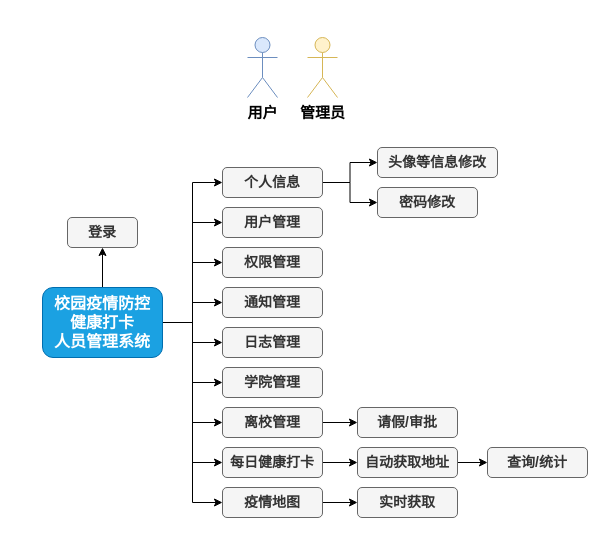
Before: 旅游路线规划基础班.drawio in redcomet88/DRAW, a draw.io diagram. Source tidied: cells renumbered, new cells numbered last; positions are measured from the earlier drawing's top-left corner, leaving out a move shared by most shapes. Both pictures are drawn from the tidied source at 100%, with x=0, y=0 at pixel (42, 37).
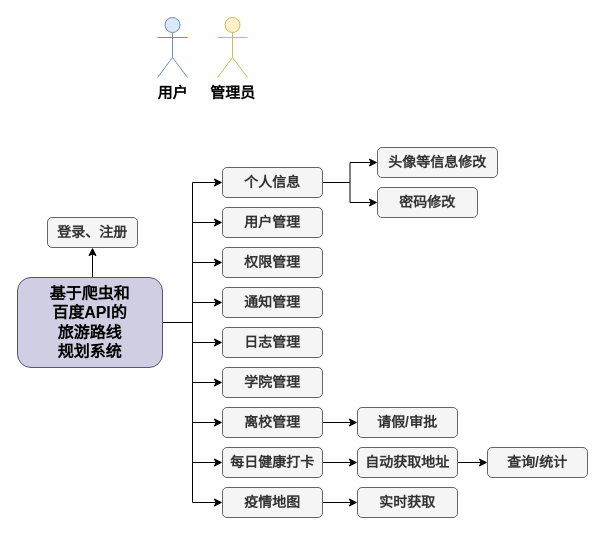
The same diagram, later.

Commit message:
Update 旅游路线规划基础班.drawio

The edit, as a diff of the source:
```diff
@@
     <mxCell id="2" value="用户" style="shape=umlActor;verticalLabelPosition=bottom;verticalAlign=top;html=1;fillColor=#dae8fc;strokeColor=#6c8ebf;fontStyle=1;fontSize=15;" parent="1" vertex="1">
-      <mxGeometry x="205" width="30" height="60" as="geometry" />
+      <mxGeometry x="115" y="-20" width="30" height="60" as="geometry" />
     </mxCell>
     <mxCell id="3" value="管理员" style="shape=umlActor;verticalLabelPosition=bottom;verticalAlign=top;html=1;fillColor=#fff2cc;strokeColor=#d6b656;fontStyle=1;fontSize=15;" parent="1" vertex="1">
-      <mxGeometry x="265" width="30" height="60" as="geometry" />
+      <mxGeometry x="175" y="-20" width="30" height="60" as="geometry" />
     </mxCell>
@@
-    <mxCell id="14" value="校园疫情防控&lt;br style=&quot;font-size: 16px;&quot;&gt;健康打卡&lt;br style=&quot;font-size: 16px;&quot;&gt;人员管理系统" style="rounded=1;whiteSpace=wrap;html=1;fontSize=16;fillColor=#1ba1e2;strokeColor=#006EAF;fontColor=#ffffff;fontStyle=1;" parent="1" vertex="1">
-      <mxGeometry y="250" width="120" height="70" as="geometry" />
+    <mxCell id="14" value="基于爬虫和&lt;br&gt;百度API的&lt;br&gt;旅游路线&lt;br&gt;规划系统" style="rounded=1;whiteSpace=wrap;html=1;fontSize=16;fontStyle=1;fillColor=#d0cee2;strokeColor=#56517e;" parent="1" vertex="1">
+      <mxGeometry x="-25" y="240" width="145" height="90" as="geometry" />
     </mxCell>
-    <mxCell id="15" value="登录" style="rounded=1;whiteSpace=wrap;html=1;fontSize=14;fillColor=#f5f5f5;fontColor=#333333;strokeColor=#666666;fontStyle=1;" parent="1" vertex="1">
-      <mxGeometry x="25" y="180" width="70" height="30" as="geometry" />
+    <mxCell id="15" value="登录、注册" style="rounded=1;whiteSpace=wrap;html=1;fontSize=14;fillColor=#f5f5f5;fontColor=#333333;strokeColor=#666666;fontStyle=1;" parent="1" vertex="1">
+      <mxGeometry x="5" y="180" width="90" height="30" as="geometry" />
     </mxCell>
```
